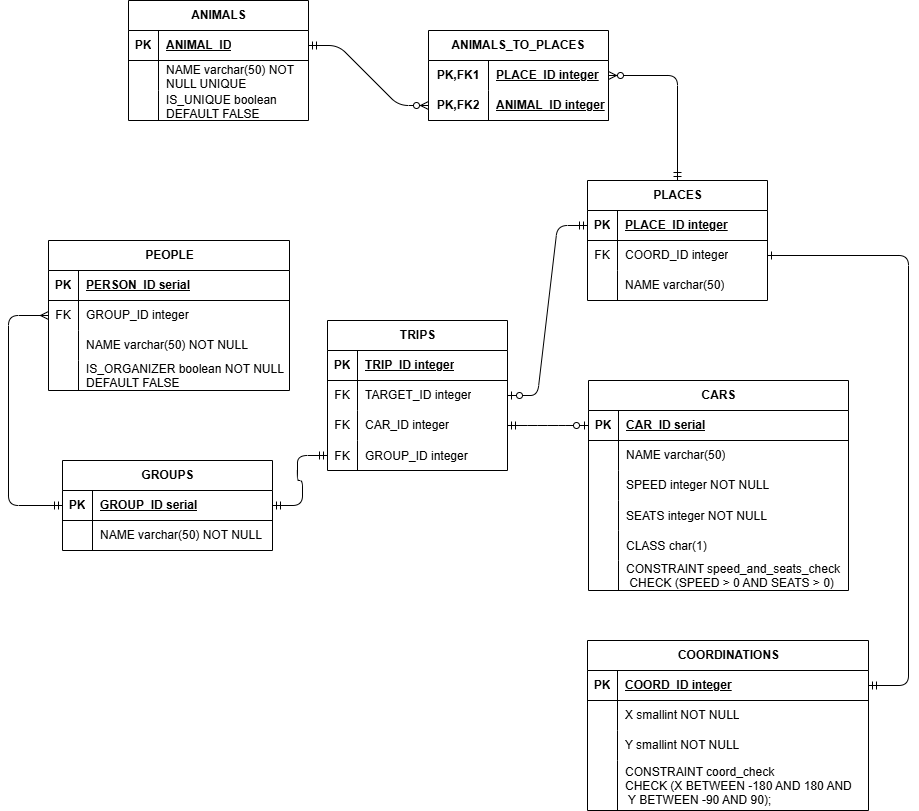
The draw.io diagram lab1/DataModel.drawio.png in Xaabibas/Databases, before a commit. Source tidied: cells renumbered, new cells last; positions are measured from the earlier drawing's top-left corner, leaving out a move shared by most shapes.
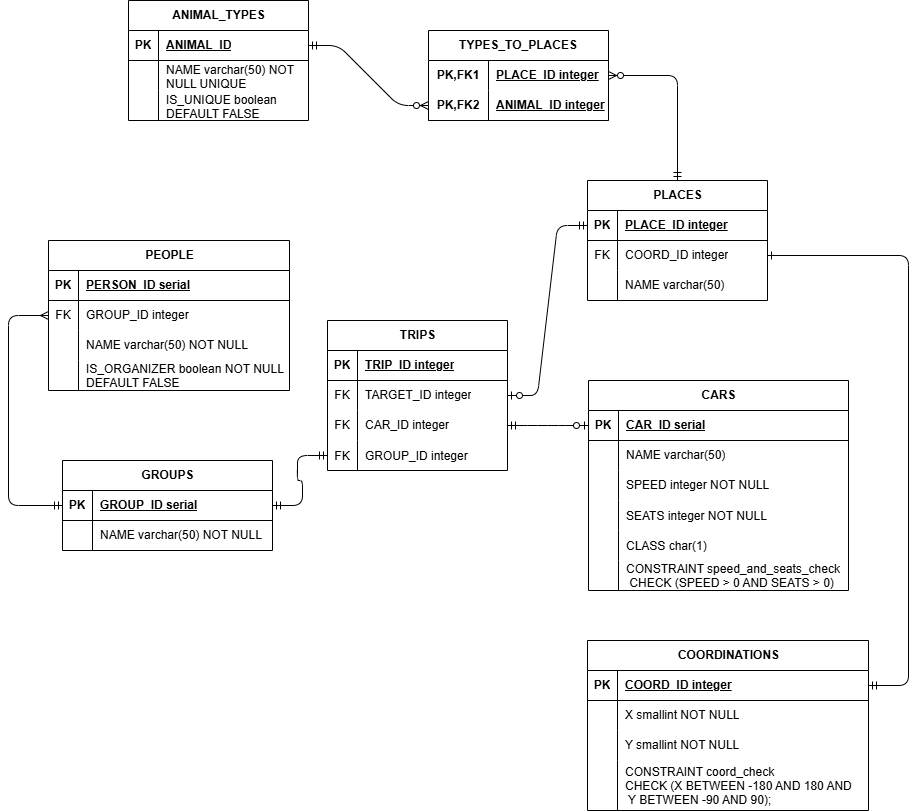
Above is the later version.

What changed in the source:
```diff
@@ -227,7 +227,7 @@
     <mxCell id="76" value="NAME varchar(50) NOT NULL" style="shape=partialRectangle;fillColor=none;top=0;left=0;bottom=0;right=0;align=left;spacingLeft=6;overflow=hidden;whiteSpace=wrap;html=1;" parent="74" vertex="1">
       <mxGeometry x="30" width="180" height="30" as="geometry" />
     </mxCell>
-    <mxCell id="77" value="ANIMALS" style="shape=table;startSize=30;rowLines=0;fontStyle=1;align=center;html=1;" parent="1" vertex="1">
+    <mxCell id="77" value="ANIMAL_TYPES" style="shape=table;startSize=30;rowLines=0;fontStyle=1;align=center;html=1;" parent="1" vertex="1">
       <mxGeometry x="120" width="180" height="120" as="geometry" />
     </mxCell>
     <mxCell id="78" style="shape=tableRow;horizontal=0;startSize=0;swimlaneHead=0;swimlaneBody=0;fillColor=none;points=[[0,0.5],[1,0.5]];portConstraint=eastwest;top=0;left=0;right=0;bottom=1;" parent="77" vertex="1">
@@ -257,7 +257,7 @@
     <mxCell id="86" value="IS_UNIQUE boolean DEFAULT FALSE" style="shape=partialRectangle;fillColor=none;top=0;left=0;bottom=0;right=0;align=left;spacingLeft=6;overflow=hidden;whiteSpace=wrap;html=1;" parent="84" vertex="1">
       <mxGeometry x="30" width="150" height="30" as="geometry" />
     </mxCell>
-    <mxCell id="87" value="ANIMALS_TO_PLACES" style="shape=table;startSize=30;rowLines=0;fontStyle=1;align=center;html=1;whiteSpace=wrap;" parent="1" vertex="1">
+    <mxCell id="87" value="TYPES_TO_PLACES" style="shape=table;startSize=30;rowLines=0;fontStyle=1;align=center;html=1;whiteSpace=wrap;" parent="1" vertex="1">
       <mxGeometry x="420" y="30" width="180" height="90" as="geometry" />
     </mxCell>
     <mxCell id="88" style="shape=tableRow;horizontal=0;startSize=0;swimlaneHead=0;swimlaneBody=0;fillColor=none;points=[[0,0.5],[1,0.5]];portConstraint=eastwest;top=0;left=0;right=0;bottom=0;html=1;" parent="87" vertex="1">
```
